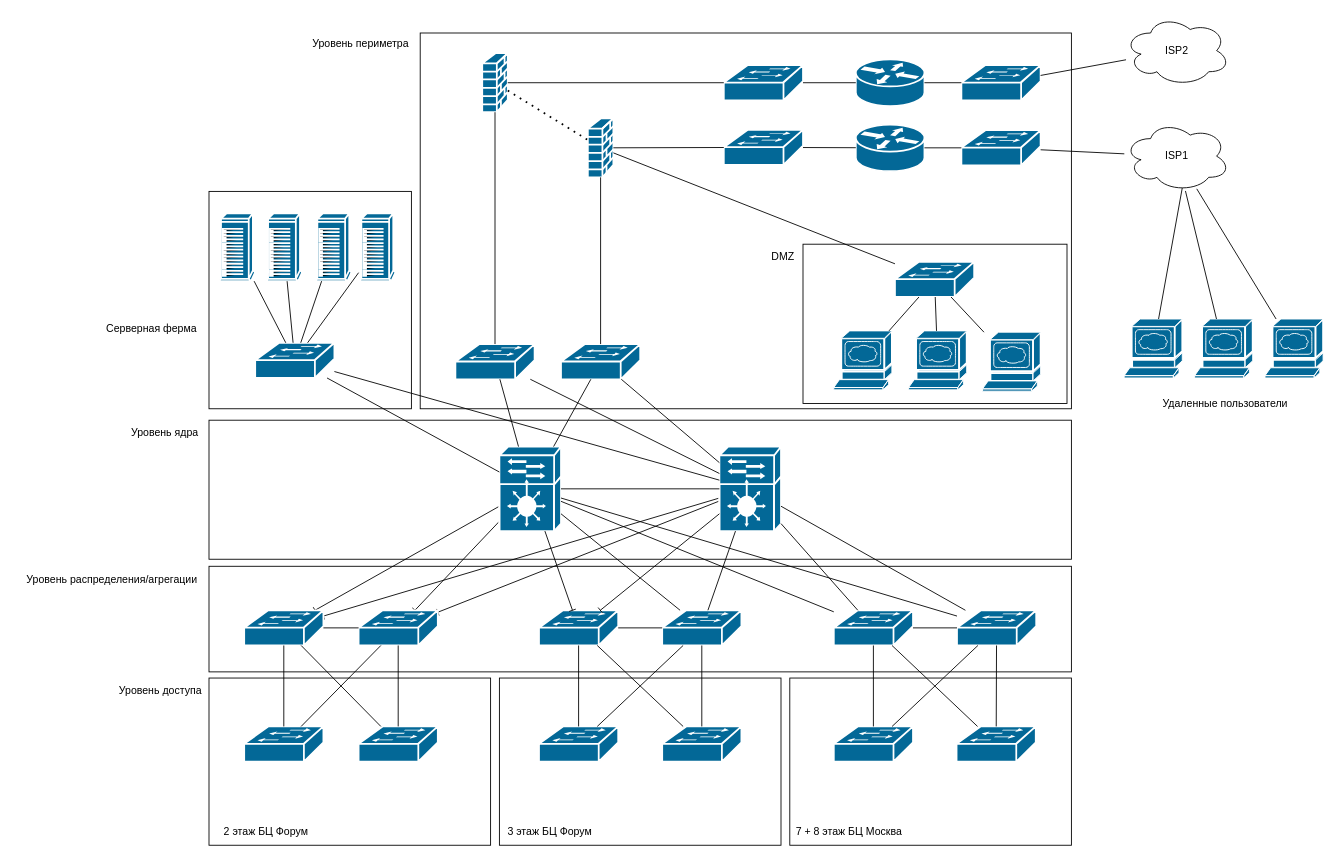
The draw.io diagram Untitled Diagram.drawio in kronalf/arhitektura_lan, before the edit. Source tidied: cells renumbered, new cells numbered last; positions are measured from the earlier drawing's top-left corner, leaving out a move shared by most shapes. Both pictures are drawn from the tidied source at 88%, with x=0, y=0 at pixel (15, 15).
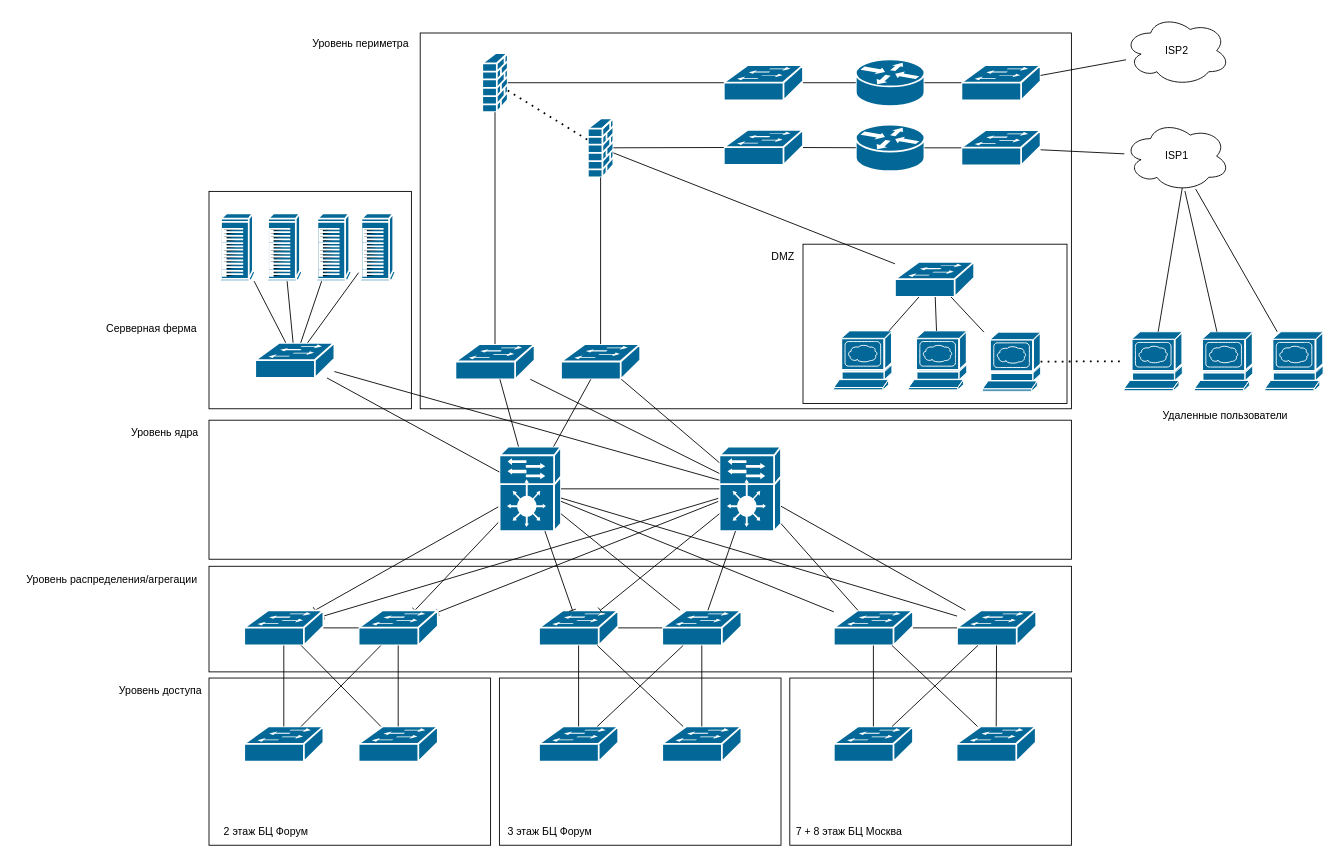
The same diagram, later.

Unchanged cells that the change refers to:
```xml
<mxCell id="77" style="shape=mxgraph.cisco.servers.www_server;sketch=0;html=1;dashed=0;fillColor=#036897;strokeColor=#ffffff;strokeWidth=2;verticalLabelPosition=bottom;verticalAlign=top;align=center;outlineConnect=0;" parent="1" vertex="1">
  <mxGeometry x="1099" y="360" width="66" height="67" as="geometry" />
</mxCell>
```

Change to the diagram source:
```diff
@@
     <mxCell id="107" style="shape=mxgraph.cisco.servers.www_server;sketch=0;html=1;dashed=0;fillColor=#036897;strokeColor=#ffffff;strokeWidth=2;verticalLabelPosition=bottom;verticalAlign=top;align=center;outlineConnect=0;" parent="1" vertex="1">
-      <mxGeometry x="1420" y="345" width="66" height="67" as="geometry" />
+      <mxGeometry x="1420" y="359.5" width="66" height="67" as="geometry" />
     </mxCell>
     <mxCell id="108" style="shape=mxgraph.cisco.servers.www_server;sketch=0;html=1;dashed=0;fillColor=#036897;strokeColor=#ffffff;strokeWidth=2;verticalLabelPosition=bottom;verticalAlign=top;align=center;outlineConnect=0;" parent="1" vertex="1">
-      <mxGeometry x="1340" y="345" width="66" height="67" as="geometry" />
+      <mxGeometry x="1340" y="359.5" width="66" height="67" as="geometry" />
     </mxCell>
     <mxCell id="109" style="shape=mxgraph.cisco.servers.www_server;sketch=0;html=1;dashed=0;fillColor=#036897;strokeColor=#ffffff;strokeWidth=2;verticalLabelPosition=bottom;verticalAlign=top;align=center;outlineConnect=0;" parent="1" vertex="1">
-      <mxGeometry x="1260" y="345" width="66" height="67" as="geometry" />
+      <mxGeometry x="1260" y="359.5" width="66" height="67" as="geometry" />
     </mxCell>
     <mxCell id="110" value="Удаленные пользователи" style="text;html=1;strokeColor=none;fillColor=none;align=center;verticalAlign=middle;whiteSpace=wrap;rounded=0;" parent="1" vertex="1">
-      <mxGeometry x="1270" y="425.5" width="210" height="30" as="geometry" />
+      <mxGeometry x="1270" y="440" width="210" height="30" as="geometry" />
     </mxCell>
@@
+    <mxCell id="114" style="endArrow=none;dashed=1;html=1;dashPattern=1 3;strokeWidth=2;rounded=0;" parent="1" edge="1" source="77" target="109">
+      <mxGeometry relative="1" as="geometry" />
+    </mxCell>
```
